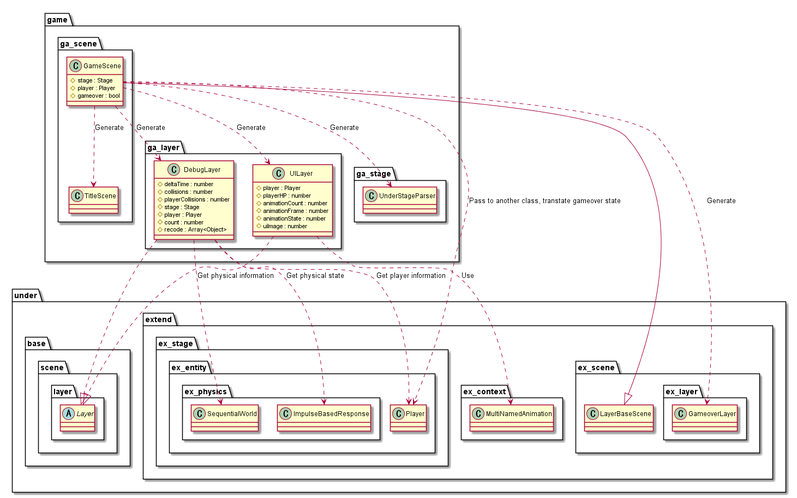
The PlantUML diagram out/uml/scene/Game/SceneGame.png in Expine/Under, before a commit.
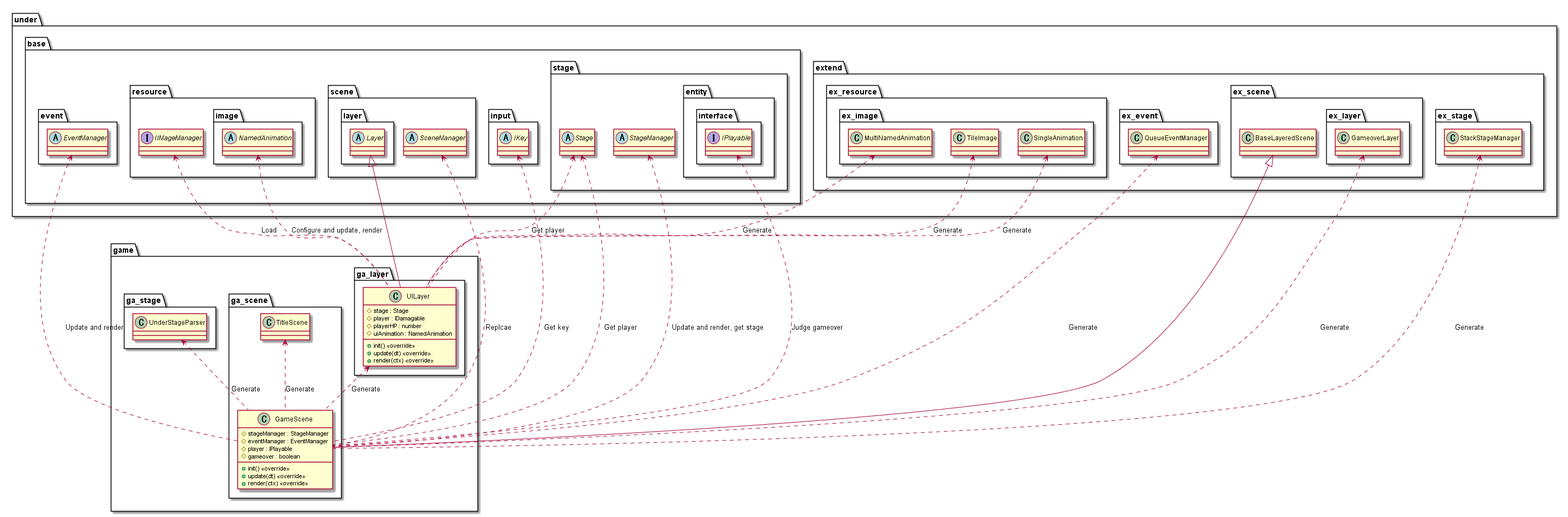
The same diagram one commit later.

Diff of the diagram source:
```diff
@@ -2,60 +2,79 @@
 
 package game {
     package ga_layer {
-        class DebugLayer {
-            #deltaTime : number
-            #collisions : number
-            #playerCollisions : number
+        class UILayer {
             #stage : Stage
-            #player : Player
-            #count : number
-            #recode : Array<Object>
-        }
-        class UILayer {
-            #player : Player
+            #player : IDamagable
             #playerHP : number
-            #animationCount : number
-            #animationFrame : number
-            #animationState : number
-            #uiImage : number
+            #uiAnimation : NamedAnimation
+            +init() <<override>>
+            +update(dt) <<override>>
+            +render(ctx) <<override>>
         }
     }
     package ga_scene {
         class GameScene {
-            #stage : Stage
-            #player : Player
-            #gameover : bool
+            #stageManager : StageManager
+            #eventManager : EventManager
+            #player : IPlayable
+            #gameover : boolean
+            +init() <<override>>
+            +update(dt) <<override>>
+            +render(ctx) <<override>>
         }
     }
 }
 
 package under {
     package base {
+        package event {
+            abstract EventManager
+        }
+        package input {
+            abstract IKey
+        }
+        package resource {
+            interface IIMageManager
+            package image {
+                abstract NamedAnimation
+            }
+        }
         package scene {
+            abstract SceneManager
             package layer {
                 abstract Layer
+            }
+        }
+        package stage {
+            abstract StageManager
+            abstract Stage
+            package entity {
+                package interface {
+                    interface IPlayable
+                }
             }
         }
     }
 
     package extend {
-        package ex_context {
-            class MultiNamedAnimation
+        package ex_event {
+            class QueueEventManager
+        }
+        package ex_resource {
+            package ex_image {
+                class TileImage
+                class SingleAnimation
+                class MultiNamedAnimation
+            }
         }
         package ex_scene {
-            class LayerBaseScene
+            class BaseLayeredScene
             package ex_layer {
                 class GameoverLayer
             }
         }
         package ex_stage {
-            package ex_entity {
-                class Player
-                package ex_physics {
-                    class SequentialWorld
-                    class ImpulseBasedResponse
-                }
-            }
+            class StackStageManager
         }
     }
 }
@@ -69,21 +88,27 @@
     }
 }
 
-GameScene ..> UnderStageParser : Generate
-GameScene ..> DebugLayer : Generate
-GameScene ..> UILayer : Generate
-GameScene ..> GameoverLayer : Generate
-GameScene ..> Player : Pass to another class, transtate gameover state
-GameScene ..> TitleScene : Generate
+UnderStageParser <.. GameScene  : Generate
+StackStageManager <.. GameScene : Generate
+QueueEventManager <.. GameScene : Generate
+UILayer <.. GameScene  : Generate
+GameoverLayer <.. GameScene  : Generate
+TitleScene <.. GameScene  : Generate
+IPlayable <.. GameScene  : Judge gameover
+StageManager <.. GameScene : Update and render, get stage
+Stage <.. GameScene : Get player
+EventManager <.. GameScene : Update and render
+IKey <.. GameScene : Get key
+SceneManager <.. GameScene : Replcae
 
-DebugLayer ..> Player : Get player information
-DebugLayer ..> ImpulseBasedResponse : Get physical state
-DebugLayer ..> SequentialWorld : Get physical information
+Stage <.. UILayer : Get player
+IIMageManager <.. UILayer : Load
+MultiNamedAnimation <.. UILayer : Generate
+SingleAnimation <.. UILayer : Generate
+TileImage <.. UILayer : Generate
+NamedAnimation <.. UILayer : Configure and update, render
 
-UILayer ..> MultiNamedAnimation : Use
-
-GameScene --|> LayerBaseScene
-DebugLayer ..|> Layer
-UILayer ..|> Layer
+BaseLayeredScene <|-- GameScene
+Layer <|-- UILayer
 
 @enduml
```
